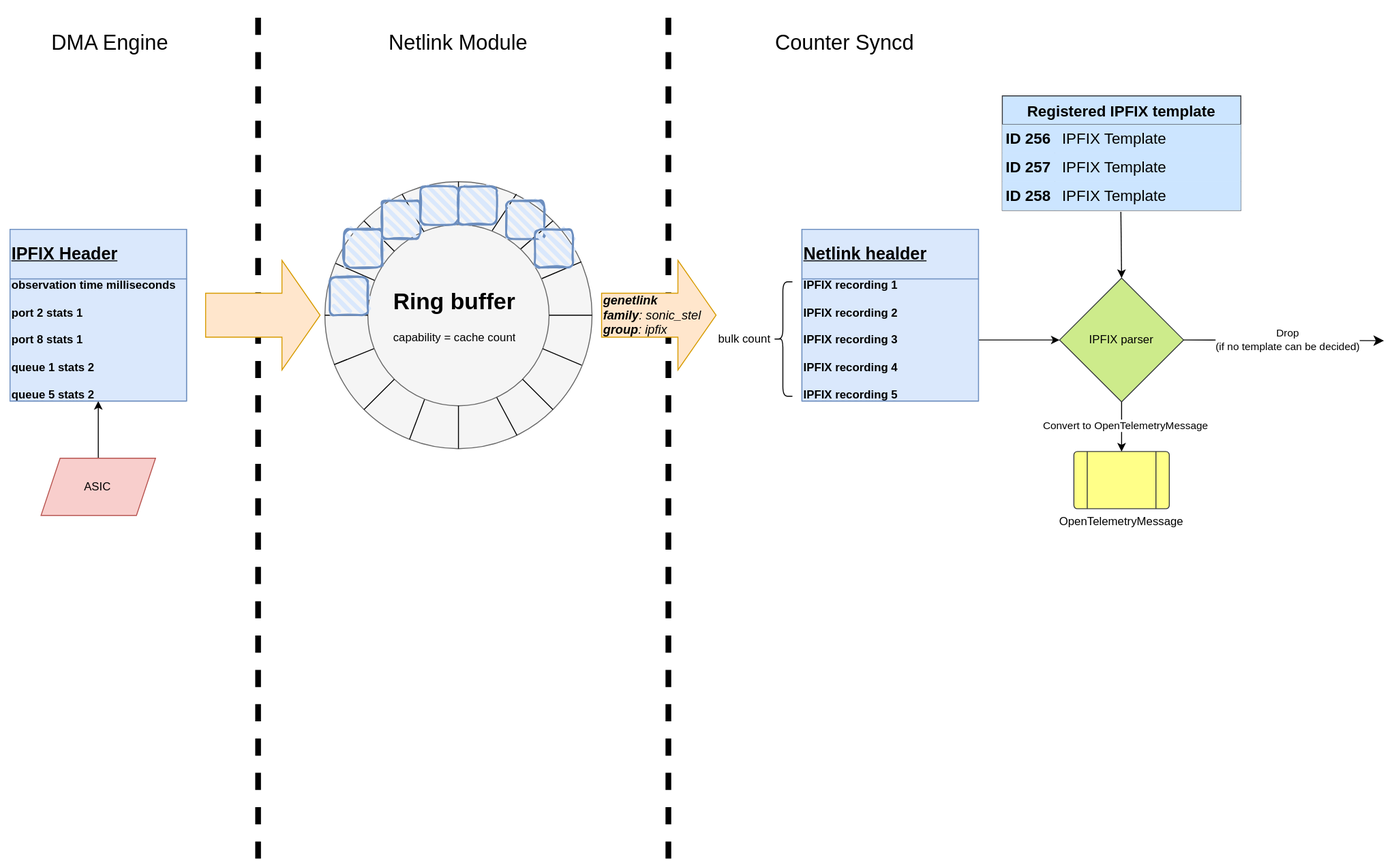
The draw.io diagram doc/high-frequency-telemetry/netlink_dma_channel.drawio.svg in sonic-net/SONiC, before a commit. Source tidied: cells renumbered, new cells last; positions are measured from the earlier drawing's top-left corner, leaving out a move shared by most shapes. The source it was exported from:
```xml
<mxGraphModel>
  <root>
    <mxCell id="0" />
    <mxCell id="1" parent="0" />
    <mxCell id="2" style="endArrow=none;dashed=1;html=1;rounded=0;strokeWidth=6;" parent="1" edge="1">
      <mxGeometry relative="1" as="geometry">
        <mxPoint x="270" y="900" as="sourcePoint" />
        <mxPoint x="270" y="10" as="targetPoint" />
      </mxGeometry>
    </mxCell>
    <mxCell id="3" style="endArrow=none;dashed=1;html=1;rounded=0;strokeWidth=6;" parent="1" edge="1">
      <mxGeometry relative="1" as="geometry">
        <mxPoint x="700" y="900" as="sourcePoint" />
        <mxPoint x="700" y="10" as="targetPoint" />
      </mxGeometry>
    </mxCell>
    <mxCell id="4" value="&lt;b&gt;genetlink&lt;/b&gt;&lt;div style=&quot;font-size: 13px;&quot;&gt;&lt;div style=&quot;font-size: 13px;&quot;&gt;&lt;b&gt;family&lt;/b&gt;: sonic_stel&lt;/div&gt;&lt;/div&gt;&lt;div style=&quot;font-size: 13px;&quot;&gt;&lt;b&gt;group&lt;/b&gt;: ipfix&lt;/div&gt;" style="html=1;shadow=0;dashed=0;align=left;verticalAlign=middle;shape=mxgraph.arrows2.arrow;dy=0.6;dx=40;notch=0;fontStyle=2;fontSize=13;fillColor=#ffe6cc;strokeColor=#d79b00;" parent="1" vertex="1">
      <mxGeometry x="630" y="272.5" width="120" height="115" as="geometry" />
    </mxCell>
    <mxCell id="5" value="Netlink Module" style="text;html=1;align=center;verticalAlign=middle;whiteSpace=wrap;rounded=0;strokeWidth=1;fontSize=22;" parent="1" vertex="1">
      <mxGeometry x="365" width="230" height="90" as="geometry" />
    </mxCell>
    <mxCell id="6" value="Counter Syncd" style="text;html=1;align=center;verticalAlign=middle;whiteSpace=wrap;rounded=0;strokeWidth=1;fontSize=22;" parent="1" vertex="1">
      <mxGeometry x="770" width="230" height="90" as="geometry" />
    </mxCell>
    <mxCell id="7" value="DMA Engine" style="text;html=1;align=center;verticalAlign=middle;whiteSpace=wrap;rounded=0;strokeWidth=1;fontSize=22;" parent="1" vertex="1">
      <mxGeometry width="230" height="90" as="geometry" />
    </mxCell>
    <mxCell id="8" style="edgeStyle=orthogonalEdgeStyle;rounded=0;jettySize=auto;html=1;" parent="1" edge="1" source="9" target="10">
      <mxGeometry relative="1" as="geometry" />
    </mxCell>
    <mxCell id="9" value="ASIC" style="shape=parallelogram;perimeter=parallelogramPerimeter;whiteSpace=wrap;html=1;fixedSize=1;flipH=1;flipV=1;fillColor=#f8cecc;strokeColor=#b85450;" parent="1" vertex="1">
      <mxGeometry x="42.5" y="480" width="120" height="60" as="geometry" />
    </mxCell>
    <mxCell id="10" style="shadow=0;fillColor=#dae8fc;flipH=1;flipV=1;align=left;strokeColor=#6c8ebf;fontStyle=1;fontSize=10;" parent="1" vertex="1">
      <mxGeometry x="10" y="240" width="185" height="180" as="geometry" />
    </mxCell>
    <mxCell id="11" style="shape=tableRow;horizontal=0;startSize=0;swimlaneHead=0;swimlaneBody=0;top=0;left=0;bottom=0;right=0;fontStyle=1;fillColor=#dae8fc;strokeColor=#6c8ebf;" parent="10" vertex="1">
      <mxGeometry width="185" height="52" as="geometry" />
    </mxCell>
    <mxCell id="12" value="&lt;u&gt;&lt;font style=&quot;font-size: 18px;&quot;&gt;IPFIX Header&lt;/font&gt;&lt;/u&gt;" style="strokeColor=#6c8ebf;fillColor=#dae8fc;align=left;whiteSpace=wrap;html=1;fontStyle=1;fontSize=12;" parent="11" vertex="1">
      <mxGeometry width="185" height="52" as="geometry" />
    </mxCell>
    <mxCell id="13" style="shape=tableRow;horizontal=0;startSize=0;swimlaneHead=0;swimlaneBody=0;top=0;left=0;bottom=0;right=0;fontStyle=1;fillColor=#dae8fc;strokeColor=#6c8ebf;" parent="10" vertex="1">
      <mxGeometry y="52" width="185" height="128" as="geometry" />
    </mxCell>
    <mxCell id="14" value="&lt;span style=&quot;font-size: 12px;&quot;&gt;observation time milliseconds&lt;/span&gt;&lt;div&gt;&lt;br&gt;&lt;div&gt;port 2 stats 1&lt;span style=&quot;font-size: 12px;&quot;&gt;&lt;br&gt;&lt;/span&gt;&lt;/div&gt;&lt;div&gt;&lt;br&gt;&lt;/div&gt;&lt;div&gt;port 8 stats 1&lt;br&gt;&lt;/div&gt;&lt;div&gt;&lt;br&gt;&lt;/div&gt;&lt;div&gt;queue 1 stats 2&lt;br&gt;&lt;/div&gt;&lt;div&gt;&lt;br&gt;&lt;/div&gt;&lt;div&gt;queue 5 stats 2&lt;br&gt;&lt;/div&gt;&lt;/div&gt;" style="strokeColor=#6c8ebf;fillColor=#dae8fc;align=left;whiteSpace=wrap;html=1;fontStyle=1;fontSize=12;" parent="13" vertex="1">
      <mxGeometry width="185" height="128" as="geometry" />
    </mxCell>
    <mxCell id="15" style="shape=curlyBracket;whiteSpace=wrap;html=1;rounded=1;labelPosition=left;verticalLabelPosition=middle;align=right;verticalAlign=middle;" parent="1" vertex="1">
      <mxGeometry x="810" y="295" width="20" height="120" as="geometry" />
    </mxCell>
    <mxCell id="16" value="bulk count" style="text;html=1;align=center;verticalAlign=middle;whiteSpace=wrap;rounded=0;" parent="1" vertex="1">
      <mxGeometry x="750" y="340" width="60" height="30" as="geometry" />
    </mxCell>
    <mxCell id="17" style="html=1;shadow=0;dashed=0;align=left;verticalAlign=middle;shape=mxgraph.arrows2.arrow;dy=0.6;dx=40;notch=0;fillColor=#ffe6cc;strokeColor=#d79b00;" parent="1" vertex="1">
      <mxGeometry x="215" y="272.5" width="120" height="115" as="geometry" />
    </mxCell>
    <mxCell id="18" value="Registered IPFIX template" style="shape=table;startSize=30;rowLines=0;fontStyle=1;strokeColor=#36393d;fontSize=16;fillColor=#cce5ff;" parent="1" vertex="1">
      <mxGeometry x="1050" y="100" width="250" height="120" as="geometry" />
    </mxCell>
    <mxCell id="19" style="shape=tableRow;horizontal=0;startSize=0;swimlaneHead=0;swimlaneBody=0;top=0;left=0;bottom=0;right=0;fillColor=#cce5ff;strokeColor=#36393d;fontSize=16;" parent="18" vertex="1">
      <mxGeometry y="30" width="250" height="30" as="geometry" />
    </mxCell>
    <mxCell id="20" value="ID 256" style="shape=partialRectangle;html=1;whiteSpace=wrap;fillColor=#cce5ff;top=0;left=0;bottom=0;right=0;overflow=hidden;strokeColor=#36393d;fontSize=16;fontStyle=1;" parent="19" vertex="1">
      <mxGeometry width="55" height="30" as="geometry" />
    </mxCell>
    <mxCell id="21" value="IPFIX Template&amp;nbsp;" style="shape=partialRectangle;html=1;whiteSpace=wrap;fillColor=#cce5ff;top=0;left=0;bottom=0;right=0;align=left;spacingLeft=6;overflow=hidden;strokeColor=#36393d;fontSize=16;" parent="19" vertex="1">
      <mxGeometry x="55" width="195" height="30" as="geometry" />
    </mxCell>
    <mxCell id="22" style="shape=tableRow;horizontal=0;startSize=0;swimlaneHead=0;swimlaneBody=0;top=0;left=0;bottom=0;right=0;fillColor=#cce5ff;strokeColor=#36393d;fontSize=16;" parent="18" vertex="1">
      <mxGeometry y="60" width="250" height="30" as="geometry" />
    </mxCell>
    <mxCell id="23" value="ID 257" style="shape=partialRectangle;html=1;whiteSpace=wrap;fillColor=#cce5ff;top=0;left=0;bottom=0;right=0;overflow=hidden;strokeColor=#36393d;fontSize=16;fontStyle=1;" parent="22" vertex="1">
      <mxGeometry width="55" height="30" as="geometry" />
    </mxCell>
    <mxCell id="24" value="IPFIX Template&amp;nbsp;" style="shape=partialRectangle;html=1;whiteSpace=wrap;fillColor=#cce5ff;top=0;left=0;bottom=0;right=0;align=left;spacingLeft=6;overflow=hidden;strokeColor=#36393d;fontSize=16;" parent="22" vertex="1">
      <mxGeometry x="55" width="195" height="30" as="geometry" />
    </mxCell>
    <mxCell id="25" style="shape=tableRow;horizontal=0;startSize=0;swimlaneHead=0;swimlaneBody=0;top=0;left=0;bottom=0;right=0;fillColor=#cce5ff;points=[[0,0.5],[1,0.5]];portConstraint=eastwest;strokeColor=#36393d;fontSize=16;" parent="18" vertex="1">
      <mxGeometry y="90" width="250" height="30" as="geometry" />
    </mxCell>
    <mxCell id="26" value="ID 258" style="shape=partialRectangle;html=1;whiteSpace=wrap;fillColor=#cce5ff;top=0;left=0;bottom=0;right=0;overflow=hidden;strokeColor=#36393d;fontSize=16;fontStyle=1;" parent="25" vertex="1">
      <mxGeometry width="55" height="30" as="geometry" />
    </mxCell>
    <mxCell id="27" value="IPFIX Template&amp;nbsp;" style="shape=partialRectangle;html=1;whiteSpace=wrap;fillColor=#cce5ff;top=0;left=0;bottom=0;right=0;align=left;spacingLeft=6;overflow=hidden;strokeColor=#36393d;fontSize=16;" parent="25" vertex="1">
      <mxGeometry x="55" width="195" height="30" as="geometry" />
    </mxCell>
    <mxCell id="28" value="IPFIX parser" style="rhombus;whiteSpace=wrap;html=1;fillColor=#cdeb8b;strokeColor=#36393d;" parent="1" vertex="1">
      <mxGeometry x="1110" y="291" width="130" height="130" as="geometry" />
    </mxCell>
    <mxCell id="29" style="endArrow=classic;html=1;rounded=0;entryX=0;entryY=0.5;entryDx=0;entryDy=0;exitX=1;exitY=0.5;exitDx=0;exitDy=0;" parent="1" edge="1" source="66" target="28">
      <mxGeometry relative="1" as="geometry" />
    </mxCell>
    <mxCell id="30" style="group;" parent="1" vertex="1">
      <mxGeometry x="340" y="190" width="280" height="280" as="geometry" />
    </mxCell>
    <mxCell id="31" style="ellipse;whiteSpace=wrap;html=1;fillColor=#f5f5f5;strokeColor=#666666;fontColor=#333333;" parent="30" vertex="1">
      <mxGeometry width="280" height="280" as="geometry" />
    </mxCell>
    <mxCell id="32" style="ellipse;whiteSpace=wrap;html=1;fillColor=#f5f5f5;strokeColor=#666666;fontColor=#333333;" parent="30" vertex="1">
      <mxGeometry x="45" y="45" width="190" height="190" as="geometry" />
    </mxCell>
    <mxCell id="33" style="endArrow=none;html=1;rounded=0;entryX=0.5;entryY=1;entryDx=0;entryDy=0;exitX=0.5;exitY=1;exitDx=0;exitDy=0;" parent="30" edge="1" source="31" target="32">
      <mxGeometry relative="1" as="geometry" />
    </mxCell>
    <mxCell id="34" style="endArrow=none;html=1;rounded=0;entryX=1;entryY=0.5;entryDx=0;entryDy=0;exitX=1;exitY=0.5;exitDx=0;exitDy=0;" parent="30" edge="1" source="31" target="32">
      <mxGeometry relative="1" as="geometry" />
    </mxCell>
    <mxCell id="35" style="endArrow=none;html=1;rounded=0;entryX=0.5;entryY=0;entryDx=0;entryDy=0;exitX=0.5;exitY=0;exitDx=0;exitDy=0;" parent="30" edge="1" source="31" target="32">
      <mxGeometry relative="1" as="geometry" />
    </mxCell>
    <mxCell id="36" style="endArrow=none;html=1;rounded=0;entryX=0;entryY=0.5;entryDx=0;entryDy=0;exitX=0;exitY=0.5;exitDx=0;exitDy=0;" parent="30" edge="1" source="32" target="31">
      <mxGeometry relative="1" as="geometry" />
    </mxCell>
    <mxCell id="37" style="endArrow=none;html=1;rounded=0;entryX=0;entryY=0;entryDx=0;entryDy=0;exitX=0;exitY=0;exitDx=0;exitDy=0;" parent="30" edge="1" source="32" target="31">
      <mxGeometry relative="1" as="geometry" />
    </mxCell>
    <mxCell id="38" style="endArrow=none;html=1;rounded=0;entryX=1;entryY=0;entryDx=0;entryDy=0;exitX=0.844;exitY=0.134;exitDx=0;exitDy=0;exitPerimeter=0;" parent="30" edge="1" source="32" target="31">
      <mxGeometry relative="1" as="geometry" />
    </mxCell>
    <mxCell id="39" style="endArrow=none;html=1;rounded=0;entryX=0;entryY=1;entryDx=0;entryDy=0;exitX=0;exitY=1;exitDx=0;exitDy=0;" parent="30" edge="1" source="32" target="31">
      <mxGeometry relative="1" as="geometry" />
    </mxCell>
    <mxCell id="40" style="endArrow=none;html=1;rounded=0;entryX=1;entryY=1;entryDx=0;entryDy=0;exitX=1;exitY=1;exitDx=0;exitDy=0;" parent="30" edge="1" source="32" target="31">
      <mxGeometry relative="1" as="geometry" />
    </mxCell>
    <mxCell id="41" style="endArrow=none;html=1;rounded=0;exitX=0.313;exitY=0.965;exitDx=0;exitDy=0;exitPerimeter=0;" parent="30" edge="1" source="32" target="31">
      <mxGeometry relative="1" as="geometry" />
    </mxCell>
    <mxCell id="42" style="endArrow=none;html=1;rounded=0;entryX=0.035;entryY=0.685;entryDx=0;entryDy=0;entryPerimeter=0;exitX=0.034;exitY=0.685;exitDx=0;exitDy=0;exitPerimeter=0;" parent="30" edge="1" source="32" target="31">
      <mxGeometry relative="1" as="geometry" />
    </mxCell>
    <mxCell id="43" style="endArrow=none;html=1;rounded=0;entryX=0.04;entryY=0.306;entryDx=0;entryDy=0;entryPerimeter=0;exitX=0.037;exitY=0.308;exitDx=0;exitDy=0;exitPerimeter=0;" parent="30" edge="1" source="32" target="31">
      <mxGeometry relative="1" as="geometry" />
    </mxCell>
    <mxCell id="44" style="endArrow=none;html=1;rounded=0;entryX=0.289;entryY=0.046;entryDx=0;entryDy=0;entryPerimeter=0;exitX=0.309;exitY=0.039;exitDx=0;exitDy=0;exitPerimeter=0;" parent="30" edge="1" source="32" target="31">
      <mxGeometry relative="1" as="geometry" />
    </mxCell>
    <mxCell id="45" style="endArrow=none;html=1;rounded=0;entryX=0.717;entryY=0.046;entryDx=0;entryDy=0;entryPerimeter=0;exitX=0.686;exitY=0.033;exitDx=0;exitDy=0;exitPerimeter=0;" parent="30" edge="1" source="32" target="31">
      <mxGeometry relative="1" as="geometry" />
    </mxCell>
    <mxCell id="46" style="endArrow=none;html=1;rounded=0;entryX=0.96;entryY=0.298;entryDx=0;entryDy=0;entryPerimeter=0;exitX=0.96;exitY=0.3;exitDx=0;exitDy=0;exitPerimeter=0;" parent="30" edge="1" source="31" target="32">
      <mxGeometry relative="1" as="geometry" />
    </mxCell>
    <mxCell id="47" style="endArrow=none;html=1;rounded=0;exitX=0.961;exitY=0.687;exitDx=0;exitDy=0;exitPerimeter=0;entryX=0.964;entryY=0.685;entryDx=0;entryDy=0;entryPerimeter=0;" parent="30" edge="1" source="31" target="32">
      <mxGeometry relative="1" as="geometry" />
    </mxCell>
    <mxCell id="48" style="endArrow=none;html=1;rounded=0;entryX=0.711;entryY=0.954;entryDx=0;entryDy=0;entryPerimeter=0;exitX=0.719;exitY=0.95;exitDx=0;exitDy=0;exitPerimeter=0;" parent="30" edge="1" source="31" target="32">
      <mxGeometry relative="1" as="geometry" />
    </mxCell>
    <mxCell id="49" value="&lt;h1 style=&quot;margin-top: 0px;&quot;&gt;Ring buffer&lt;/h1&gt;&lt;p&gt;capability = cache count&lt;/p&gt;" style="text;html=1;whiteSpace=wrap;overflow=hidden;rounded=0;" parent="30" vertex="1">
      <mxGeometry x="70" y="105" width="140" height="70" as="geometry" />
    </mxCell>
    <mxCell id="50" style="rounded=1;whiteSpace=wrap;html=1;strokeWidth=2;fillWeight=4;hachureGap=8;hachureAngle=45;fillColor=#dae8fc;sketch=1;strokeColor=#6c8ebf;" parent="30" vertex="1">
      <mxGeometry x="5" y="100" width="40" height="40" as="geometry" />
    </mxCell>
    <mxCell id="51" style="rounded=1;whiteSpace=wrap;html=1;strokeWidth=2;fillWeight=4;hachureGap=8;hachureAngle=45;fillColor=#dae8fc;sketch=1;strokeColor=#6c8ebf;" parent="30" vertex="1">
      <mxGeometry x="20" y="50" width="40" height="40" as="geometry" />
    </mxCell>
    <mxCell id="52" style="rounded=1;whiteSpace=wrap;html=1;strokeWidth=2;fillWeight=4;hachureGap=8;hachureAngle=45;fillColor=#dae8fc;sketch=1;strokeColor=#6c8ebf;" parent="30" vertex="1">
      <mxGeometry x="60" y="20" width="40" height="40" as="geometry" />
    </mxCell>
    <mxCell id="53" style="rounded=1;whiteSpace=wrap;html=1;strokeWidth=2;fillWeight=4;hachureGap=8;hachureAngle=45;fillColor=#dae8fc;sketch=1;strokeColor=#6c8ebf;" parent="30" vertex="1">
      <mxGeometry x="100" y="5" width="40" height="40" as="geometry" />
    </mxCell>
    <mxCell id="54" style="rounded=1;whiteSpace=wrap;html=1;strokeWidth=2;fillWeight=4;hachureGap=8;hachureAngle=45;fillColor=#dae8fc;sketch=1;strokeColor=#6c8ebf;" parent="30" vertex="1">
      <mxGeometry x="140" y="5" width="40" height="40" as="geometry" />
    </mxCell>
    <mxCell id="55" style="rounded=1;whiteSpace=wrap;html=1;strokeWidth=2;fillWeight=4;hachureGap=8;hachureAngle=45;fillColor=#dae8fc;sketch=1;strokeColor=#6c8ebf;" parent="30" vertex="1">
      <mxGeometry x="190" y="20" width="40" height="40" as="geometry" />
    </mxCell>
    <mxCell id="56" style="rounded=1;whiteSpace=wrap;html=1;strokeWidth=2;fillWeight=4;hachureGap=8;hachureAngle=45;fillColor=#dae8fc;sketch=1;strokeColor=#6c8ebf;" parent="30" vertex="1">
      <mxGeometry x="220" y="50" width="40" height="40" as="geometry" />
    </mxCell>
    <mxCell id="57" style="endArrow=classic;html=1;rounded=0;exitX=0.497;exitY=1.052;exitDx=0;exitDy=0;exitPerimeter=0;entryX=0.5;entryY=0;entryDx=0;entryDy=0;" parent="1" edge="1" source="25" target="28">
      <mxGeometry relative="1" as="geometry" />
    </mxCell>
    <mxCell id="58" style="edgeStyle=elbowEdgeStyle;elbow=vertical;endArrow=classic;html=1;curved=0;rounded=0;endSize=8;startSize=8;exitX=1;exitY=0.5;exitDx=0;exitDy=0;" parent="1" edge="1" source="28">
      <mxGeometry relative="1" as="geometry">
        <mxPoint x="1450" y="356" as="targetPoint" />
      </mxGeometry>
    </mxCell>
    <mxCell id="59" value="Drop&lt;div&gt;(if no template can be decided)&lt;/div&gt;" style="edgeLabel;html=1;align=center;verticalAlign=middle;" parent="58" vertex="1">
      <mxGeometry x="0.74" y="1" relative="1" as="geometry">
        <mxPoint x="-75" as="offset" />
      </mxGeometry>
    </mxCell>
    <mxCell id="60" value="OpenTelemetryMessage" style="verticalLabelPosition=bottom;verticalAlign=top;html=1;shape=process;whiteSpace=wrap;rounded=1;size=0.14;arcSize=6;fillColor=#ffff88;strokeColor=#36393d;" parent="1" vertex="1">
      <mxGeometry x="1125" y="473" width="100" height="60" as="geometry" />
    </mxCell>
    <mxCell id="61" style="endArrow=classic;html=1;rounded=0;exitX=0.5;exitY=1;exitDx=0;exitDy=0;entryX=0.5;entryY=0;entryDx=0;entryDy=0;" parent="1" edge="1" source="28" target="60">
      <mxGeometry relative="1" as="geometry" />
    </mxCell>
    <mxCell id="62" value="Convert to OpenTelemetryMessage" style="edgeLabel;html=1;align=center;verticalAlign=middle;" parent="61" vertex="1">
      <mxGeometry x="-0.06" y="3" relative="1" as="geometry" />
    </mxCell>
    <mxCell id="63" style="shadow=0;fillColor=#dae8fc;flipH=1;flipV=1;align=left;strokeColor=#6c8ebf;fontStyle=1;fontSize=10;" parent="1" vertex="1">
      <mxGeometry x="840" y="240" width="185" height="180" as="geometry" />
    </mxCell>
    <mxCell id="64" style="shape=tableRow;horizontal=0;startSize=0;swimlaneHead=0;swimlaneBody=0;top=0;left=0;bottom=0;right=0;fontStyle=1;fillColor=#dae8fc;strokeColor=#6c8ebf;" parent="63" vertex="1">
      <mxGeometry width="185" height="52" as="geometry" />
    </mxCell>
    <mxCell id="65" value="&lt;u&gt;&lt;font style=&quot;font-size: 18px;&quot;&gt;Netlink healder&lt;/font&gt;&lt;/u&gt;" style="strokeColor=#6c8ebf;fillColor=#dae8fc;align=left;whiteSpace=wrap;html=1;fontStyle=1;fontSize=12;" parent="64" vertex="1">
      <mxGeometry width="185" height="52" as="geometry" />
    </mxCell>
    <mxCell id="66" style="shape=tableRow;horizontal=0;startSize=0;swimlaneHead=0;swimlaneBody=0;top=0;left=0;bottom=0;right=0;fontStyle=1;fillColor=#dae8fc;strokeColor=#6c8ebf;" parent="63" vertex="1">
      <mxGeometry y="52" width="185" height="128" as="geometry" />
    </mxCell>
    <mxCell id="67" value="&lt;span style=&quot;font-size: 12px;&quot;&gt;IPFIX recording 1&lt;/span&gt;&lt;div&gt;&lt;br&gt;&lt;div&gt;IPFIX recording 2&lt;span style=&quot;font-size: 12px;&quot;&gt;&lt;br&gt;&lt;/span&gt;&lt;/div&gt;&lt;div&gt;&lt;br&gt;&lt;/div&gt;&lt;div&gt;IPFIX recording 3&lt;br&gt;&lt;/div&gt;&lt;div&gt;&lt;br&gt;&lt;/div&gt;&lt;div&gt;IPFIX recording 4&lt;br&gt;&lt;/div&gt;&lt;div&gt;&lt;br&gt;&lt;/div&gt;&lt;div&gt;IPFIX recording 5&lt;br&gt;&lt;/div&gt;&lt;/div&gt;" style="strokeColor=#6c8ebf;fillColor=#dae8fc;align=left;whiteSpace=wrap;html=1;fontStyle=1;fontSize=12;" parent="66" vertex="1">
      <mxGeometry width="185" height="128" as="geometry" />
    </mxCell>
  </root>
</mxGraphModel>
```
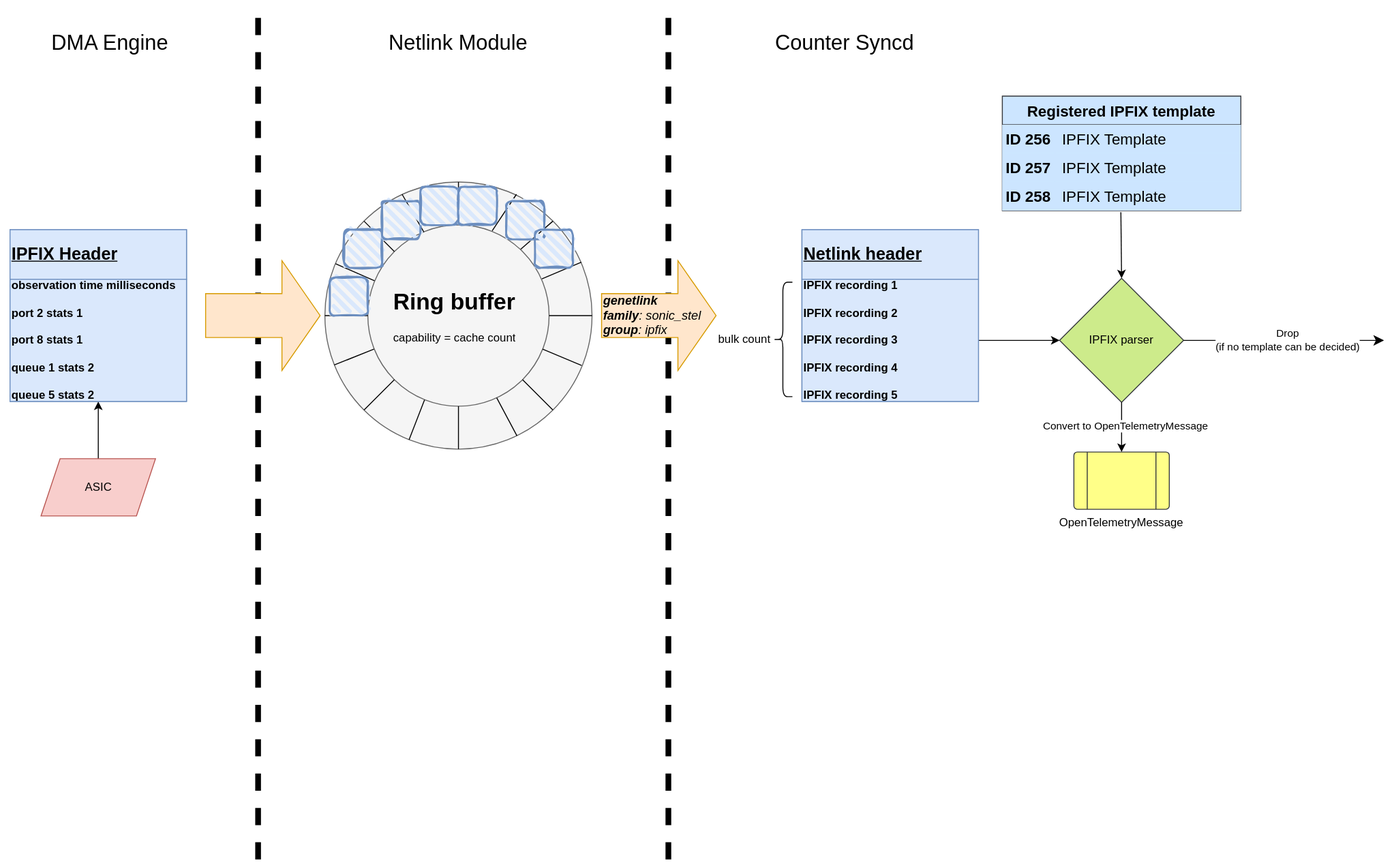
The same file after the commit.

Diff of the diagram source:
```diff
@@ -201,7 +201,7 @@
     <mxCell id="64" style="shape=tableRow;horizontal=0;startSize=0;swimlaneHead=0;swimlaneBody=0;top=0;left=0;bottom=0;right=0;fontStyle=1;fillColor=#dae8fc;strokeColor=#6c8ebf;" parent="63" vertex="1">
       <mxGeometry width="185" height="52" as="geometry" />
     </mxCell>
-    <mxCell id="65" value="&lt;u&gt;&lt;font style=&quot;font-size: 18px;&quot;&gt;Netlink healder&lt;/font&gt;&lt;/u&gt;" style="strokeColor=#6c8ebf;fillColor=#dae8fc;align=left;whiteSpace=wrap;html=1;fontStyle=1;fontSize=12;" parent="64" vertex="1">
+    <mxCell id="65" value="&lt;u&gt;&lt;font style=&quot;font-size: 18px;&quot;&gt;Netlink header&lt;/font&gt;&lt;/u&gt;" style="strokeColor=#6c8ebf;fillColor=#dae8fc;align=left;whiteSpace=wrap;html=1;fontStyle=1;fontSize=12;" parent="64" vertex="1">
       <mxGeometry width="185" height="52" as="geometry" />
     </mxCell>
     <mxCell id="66" style="shape=tableRow;horizontal=0;startSize=0;swimlaneHead=0;swimlaneBody=0;top=0;left=0;bottom=0;right=0;fontStyle=1;fillColor=#dae8fc;strokeColor=#6c8ebf;" parent="63" vertex="1">
```
